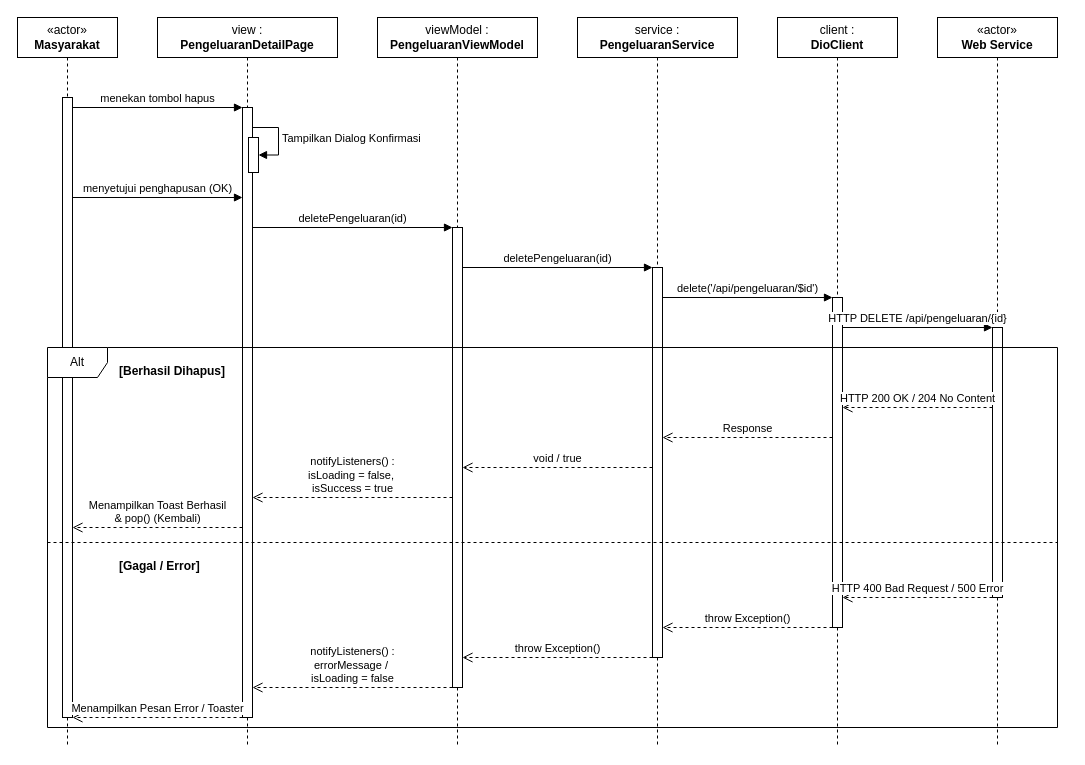
This is docs/UML/sequence_diagram/adjusted/SKPL-F-013.drawio from randy-ar/snap-notes-docs, a draw.io file, before an edit. Source tidied: cells renumbered, new cells numbered last; positions are measured from the earlier drawing's top-left corner, leaving out a move shared by most shapes. Both pictures are drawn from the tidied source at 100%, with x=0, y=0 at pixel (17, 17).
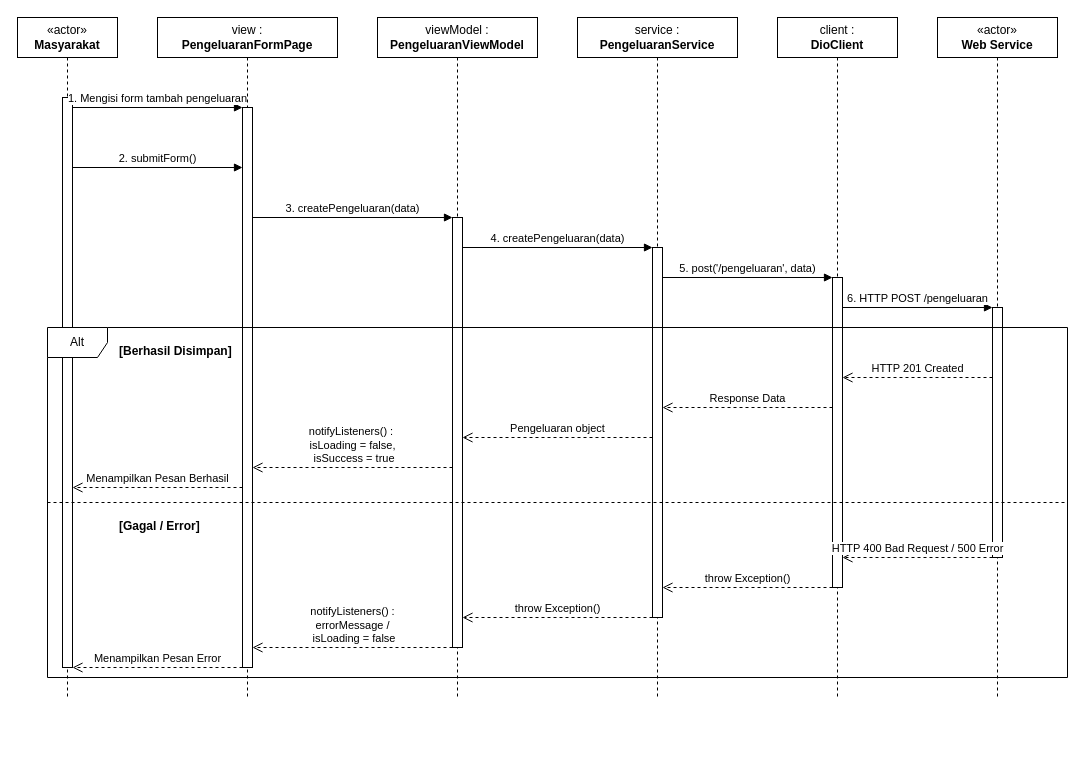
Above is the later version.

What changed in the source:
```diff
@@
     <mxCell id="2" value="«actor»&lt;br&gt;&lt;b&gt;Masyarakat&lt;/b&gt;" style="shape=umlLifeline;perimeter=lifelinePerimeter;whiteSpace=wrap;html=1;newEdgeStyle={&quot;curved&quot;:0,&quot;rounded&quot;:0};" parent="1" vertex="1">
-      <mxGeometry width="100" height="730" as="geometry" />
+      <mxGeometry width="100" height="680" as="geometry" />
     </mxCell>
     <mxCell id="3" style="html=1;perimeter=orthogonalPerimeter;targetShapes=umlLifeline;newEdgeStyle={&quot;curved&quot;:0,&quot;rounded&quot;:0};" parent="2" vertex="1">
-      <mxGeometry x="45" y="80" width="10" height="620" as="geometry" />
+      <mxGeometry x="45" y="80" width="10" height="570" as="geometry" />
     </mxCell>
-    <mxCell id="4" value="view :&lt;br&gt;&lt;b&gt;PengeluaranDetailPage&lt;/b&gt;" style="shape=umlLifeline;perimeter=lifelinePerimeter;whiteSpace=wrap;html=1;newEdgeStyle={&quot;curved&quot;:0,&quot;rounded&quot;:0};" parent="1" vertex="1">
-      <mxGeometry x="140" width="180" height="730" as="geometry" />
-    </mxCell>
-    <mxCell id="5" style="html=1;perimeter=orthogonalPerimeter;targetShapes=umlLifeline;newEdgeStyle={&quot;curved&quot;:0,&quot;rounded&quot;:0};" parent="4" vertex="1">
-      <mxGeometry x="85" y="90" width="10" height="610" as="geometry" />
-    </mxCell>
-    <mxCell id="6" style="html=1;perimeter=orthogonalPerimeter;targetShapes=umlLifeline;newEdgeStyle={&quot;curved&quot;:0,&quot;rounded&quot;:0};" parent="4" vertex="1">
-      <mxGeometry x="91" y="120" width="10" height="35" as="geometry" />
-    </mxCell>
+    <mxCell id="36" value="view :&lt;br&gt;&lt;b&gt;PengeluaranFormPage&lt;/b&gt;" style="shape=umlLifeline;perimeter=lifelinePerimeter;whiteSpace=wrap;html=1;newEdgeStyle={&quot;curved&quot;:0,&quot;rounded&quot;:0};" parent="1" vertex="1">
+      <mxGeometry x="140" width="180" height="680" as="geometry" />
+    </mxCell>
+    <mxCell id="37" style="html=1;perimeter=orthogonalPerimeter;targetShapes=umlLifeline;newEdgeStyle={&quot;curved&quot;:0,&quot;rounded&quot;:0};" parent="36" vertex="1">
+      <mxGeometry x="85" y="90" width="10" height="560" as="geometry" />
+    </mxCell>
     <mxCell id="7" value="viewModel :&lt;br&gt;&lt;b&gt;PengeluaranViewModel&lt;/b&gt;" style="shape=umlLifeline;perimeter=lifelinePerimeter;whiteSpace=wrap;html=1;newEdgeStyle={&quot;curved&quot;:0,&quot;rounded&quot;:0};" parent="1" vertex="1">
-      <mxGeometry x="360" width="160" height="730" as="geometry" />
+      <mxGeometry x="360" width="160" height="680" as="geometry" />
     </mxCell>
     <mxCell id="8" style="html=1;perimeter=orthogonalPerimeter;targetShapes=umlLifeline;newEdgeStyle={&quot;curved&quot;:0,&quot;rounded&quot;:0};" parent="7" vertex="1">
-      <mxGeometry x="75" y="210" width="10" height="460" as="geometry" />
+      <mxGeometry x="75" y="200" width="10" height="430" as="geometry" />
     </mxCell>
     <mxCell id="9" value="service :&lt;br&gt;&lt;b&gt;PengeluaranService&lt;/b&gt;" style="shape=umlLifeline;perimeter=lifelinePerimeter;whiteSpace=wrap;html=1;newEdgeStyle={&quot;curved&quot;:0,&quot;rounded&quot;:0};" parent="1" vertex="1">
-      <mxGeometry x="560" width="160" height="730" as="geometry" />
+      <mxGeometry x="560" width="160" height="680" as="geometry" />
     </mxCell>
-    <mxCell id="10" value=" " style="html=1;perimeter=orthogonalPerimeter;targetShapes=umlLifeline;newEdgeStyle={&quot;curved&quot;:0,&quot;rounded&quot;:0};" parent="9" vertex="1">
-      <mxGeometry x="75" y="250" width="10" height="390" as="geometry" />
+    <mxCell id="10" style="html=1;perimeter=orthogonalPerimeter;targetShapes=umlLifeline;newEdgeStyle={&quot;curved&quot;:0,&quot;rounded&quot;:0};" parent="9" vertex="1">
+      <mxGeometry x="75" y="230" width="10" height="370" as="geometry" />
     </mxCell>
     <mxCell id="11" value="client :&lt;br&gt;&lt;b&gt;DioClient&lt;/b&gt;" style="shape=umlLifeline;perimeter=lifelinePerimeter;whiteSpace=wrap;html=1;newEdgeStyle={&quot;curved&quot;:0,&quot;rounded&quot;:0};" parent="1" vertex="1">
-      <mxGeometry x="760" width="120" height="730" as="geometry" />
+      <mxGeometry x="760" width="120" height="680" as="geometry" />
     </mxCell>
     <mxCell id="12" style="html=1;perimeter=orthogonalPerimeter;targetShapes=umlLifeline;newEdgeStyle={&quot;curved&quot;:0,&quot;rounded&quot;:0};" parent="11" vertex="1">
-      <mxGeometry x="55" y="280" width="10" height="330" as="geometry" />
+      <mxGeometry x="55" y="260" width="10" height="310" as="geometry" />
     </mxCell>
     <mxCell id="13" value="«actor»&lt;br&gt;&lt;b&gt;Web Service&lt;/b&gt;" style="shape=umlLifeline;perimeter=lifelinePerimeter;whiteSpace=wrap;html=1;newEdgeStyle={&quot;curved&quot;:0,&quot;rounded&quot;:0};" parent="1" vertex="1">
-      <mxGeometry x="920" width="120" height="730" as="geometry" />
+      <mxGeometry x="920" width="120" height="680" as="geometry" />
     </mxCell>
     <mxCell id="14" style="html=1;perimeter=orthogonalPerimeter;targetShapes=umlLifeline;newEdgeStyle={&quot;curved&quot;:0,&quot;rounded&quot;:0};" parent="13" vertex="1">
-      <mxGeometry x="55" y="310" width="10" height="270" as="geometry" />
+      <mxGeometry x="55" y="290" width="10" height="250" as="geometry" />
     </mxCell>
-    <mxCell id="15" value="menekan tombol hapus" style="html=1;verticalAlign=bottom;endArrow=block;curved=0;rounded=0;" parent="1" edge="1">
+    <mxCell id="15" value="1. Mengisi form tambah pengeluaran" style="html=1;verticalAlign=bottom;endArrow=block;curved=0;rounded=0;" parent="1" edge="1">
       <mxGeometry relative="1" as="geometry">
         <mxPoint x="55" y="90" as="sourcePoint" />
         <mxPoint x="225" y="90" as="targetPoint" />
       </mxGeometry>
     </mxCell>
-    <mxCell id="16" value="&lt;span style=&quot;text-align: center;&quot;&gt;Tampilkan Dialog Konfirmasi&lt;/span&gt;" style="html=1;align=left;spacingLeft=2;endArrow=block;rounded=0;edgeStyle=orthogonalEdgeStyle;curved=0;" parent="1" edge="1">
+    <mxCell id="16" value="2. submitForm()" style="html=1;verticalAlign=bottom;endArrow=block;curved=0;rounded=0;" parent="1" edge="1">
       <mxGeometry relative="1" as="geometry">
-        <mxPoint x="235" y="110" as="sourcePoint" />
-        <mxPoint x="241" y="137.5" as="targetPoint" />
-        <Array as="points">
-          <mxPoint x="261" y="110" />
-          <mxPoint x="261" y="137.5" />
-        </Array>
+        <mxPoint x="55" y="150" as="sourcePoint" />
+        <mxPoint x="225" y="150" as="targetPoint" />
       </mxGeometry>
     </mxCell>
-    <mxCell id="17" value="menyetujui penghapusan (OK)" style="html=1;verticalAlign=bottom;endArrow=block;curved=0;rounded=0;" parent="1" edge="1">
+    <mxCell id="17" value="3. createPengeluaran(data)" style="html=1;verticalAlign=bottom;endArrow=block;curved=0;rounded=0;" parent="1" edge="1">
       <mxGeometry relative="1" as="geometry">
-        <mxPoint x="55" y="180" as="sourcePoint" />
-        <mxPoint x="225" y="180" as="targetPoint" />
+        <mxPoint x="235" y="200" as="sourcePoint" />
+        <mxPoint x="435" y="200" as="targetPoint" />
       </mxGeometry>
     </mxCell>
-    <mxCell id="18" value="deletePengeluaran(id)" style="html=1;verticalAlign=bottom;endArrow=block;curved=0;rounded=0;" parent="1" edge="1">
-      <mxGeometry relative="1" as="geometry">
-        <mxPoint x="235" y="210" as="sourcePoint" />
-        <mxPoint x="435" y="210" as="targetPoint" />
-      </mxGeometry>
-    </mxCell>
-    <mxCell id="19" value="deletePengeluaran(id)" style="html=1;verticalAlign=bottom;endArrow=block;curved=0;rounded=0;" parent="1" edge="1">
+    <mxCell id="19" value="4. createPengeluaran(data)" style="html=1;verticalAlign=bottom;endArrow=block;curved=0;rounded=0;" parent="1" edge="1">
       <mxGeometry relative="1" as="geometry">
-        <mxPoint x="445" y="250" as="sourcePoint" />
-        <mxPoint x="635" y="250" as="targetPoint" />
+        <mxPoint x="445" y="230" as="sourcePoint" />
+        <mxPoint x="635" y="230" as="targetPoint" />
       </mxGeometry>
     </mxCell>
-    <mxCell id="20" value="delete('/api/pengeluaran/$id')" style="html=1;verticalAlign=bottom;endArrow=block;curved=0;rounded=0;" parent="1" edge="1">
+    <mxCell id="20" value="5. post('/pengeluaran', data)" style="html=1;verticalAlign=bottom;endArrow=block;curved=0;rounded=0;" parent="1" edge="1">
       <mxGeometry relative="1" as="geometry">
-        <mxPoint x="645" y="280" as="sourcePoint" />
-        <mxPoint x="815" y="280" as="targetPoint" />
+        <mxPoint x="645" y="260" as="sourcePoint" />
+        <mxPoint x="815" y="260" as="targetPoint" />
       </mxGeometry>
     </mxCell>
-    <mxCell id="21" value="HTTP DELETE /api/pengeluaran/{id}" style="html=1;verticalAlign=bottom;endArrow=block;curved=0;rounded=0;" parent="1" edge="1">
+    <mxCell id="21" value="6. HTTP POST /pengeluaran" style="html=1;verticalAlign=bottom;endArrow=block;curved=0;rounded=0;" parent="1" edge="1">
       <mxGeometry relative="1" as="geometry">
-        <mxPoint x="825" y="310" as="sourcePoint" />
-        <mxPoint x="975" y="310" as="targetPoint" />
+        <mxPoint x="825" y="290" as="sourcePoint" />
+        <mxPoint x="975" y="290" as="targetPoint" />
       </mxGeometry>
     </mxCell>
     <mxCell id="22" value="Alt" style="shape=umlFrame;whiteSpace=wrap;html=1;width=60;height=30;" parent="1" vertex="1">
-      <mxGeometry x="30" y="330" width="1010" height="380" as="geometry" />
+      <mxGeometry x="30" y="310" width="1020" height="350" as="geometry" />
     </mxCell>
-    <mxCell id="23" value="&lt;b&gt;[Berhasil Dihapus]&lt;/b&gt;" style="text;html=1;" parent="22" vertex="1">
+    <mxCell id="23" value="&lt;b&gt;[Berhasil Disimpan]&lt;/b&gt;" style="text;html=1;" parent="22" vertex="1">
       <mxGeometry width="140" height="20" relative="1" as="geometry">
         <mxPoint x="70" y="10" as="offset" />
       </mxGeometry>
     </mxCell>
-    <mxCell id="24" value="HTTP 200 OK / 204 No Content" style="html=1;verticalAlign=bottom;endArrow=open;dashed=1;endSize=8;curved=0;rounded=0;" parent="22" edge="1">
+    <mxCell id="24" value="HTTP 201 Created" style="html=1;verticalAlign=bottom;endArrow=open;dashed=1;endSize=8;curved=0;rounded=0;" parent="22" edge="1">
       <mxGeometry relative="1" as="geometry">
-        <mxPoint x="945" y="60" as="sourcePoint" />
-        <mxPoint x="795" y="60" as="targetPoint" />
+        <mxPoint x="945" y="50" as="sourcePoint" />
+        <mxPoint x="795" y="50" as="targetPoint" />
       </mxGeometry>
     </mxCell>
-    <mxCell id="25" value="Response" style="html=1;verticalAlign=bottom;endArrow=open;dashed=1;endSize=8;curved=0;rounded=0;" parent="22" edge="1">
+    <mxCell id="25" value="Response Data" style="html=1;verticalAlign=bottom;endArrow=open;dashed=1;endSize=8;curved=0;rounded=0;" parent="22" edge="1">
       <mxGeometry relative="1" as="geometry">
-        <mxPoint x="785" y="90" as="sourcePoint" />
-        <mxPoint x="615" y="90" as="targetPoint" />
+        <mxPoint x="785" y="80" as="sourcePoint" />
+        <mxPoint x="615" y="80" as="targetPoint" />
       </mxGeometry>
     </mxCell>
-    <mxCell id="26" value="void / true" style="html=1;verticalAlign=bottom;endArrow=open;dashed=1;endSize=8;curved=0;rounded=0;" parent="22" edge="1">
+    <mxCell id="26" value="Pengeluaran object" style="html=1;verticalAlign=bottom;endArrow=open;dashed=1;endSize=8;curved=0;rounded=0;" parent="22" edge="1">
       <mxGeometry relative="1" as="geometry">
-        <mxPoint x="605" y="120" as="sourcePoint" />
-        <mxPoint x="415" y="120" as="targetPoint" />
+        <mxPoint x="605" y="110" as="sourcePoint" />
+        <mxPoint x="415" y="110" as="targetPoint" />
       </mxGeometry>
     </mxCell>
-    <mxCell id="27" value="notifyListeners() : &lt;br&gt;isLoading = false,&amp;nbsp;&lt;div&gt;isSuccess = true&lt;/div&gt;" style="html=1;verticalAlign=bottom;endArrow=open;dashed=1;endSize=8;curved=0;rounded=0;" parent="22" edge="1">
+    <mxCell id="27" value="notifyListeners() :&amp;nbsp;&lt;div&gt;isLoading = false,&lt;/div&gt;&lt;div&gt;&amp;nbsp;isSuccess = true&lt;/div&gt;" style="html=1;verticalAlign=bottom;endArrow=open;dashed=1;endSize=8;curved=0;rounded=0;" parent="22" edge="1">
       <mxGeometry relative="1" as="geometry">
-        <mxPoint x="405" y="150" as="sourcePoint" />
-        <mxPoint x="205" y="150" as="targetPoint" />
+        <mxPoint x="405" y="140" as="sourcePoint" />
+        <mxPoint x="205" y="140" as="targetPoint" />
       </mxGeometry>
     </mxCell>
     <mxCell id="28" style="line;strokeWidth=1;dashed=1;labelPosition=center;verticalLabelPosition=bottom;align=left;verticalAlign=top;spacingLeft=20;spacingTop=15;html=1;whiteSpace=wrap;" parent="22" vertex="1">
-      <mxGeometry y="190" width="1010" height="10" as="geometry" />
+      <mxGeometry y="170" width="1020" height="10" as="geometry" />
     </mxCell>
     <mxCell id="29" value="&lt;b&gt;[Gagal / Error]&lt;/b&gt;" style="text;html=1;" parent="22" vertex="1">
-      <mxGeometry x="70" y="205" width="220" height="20" as="geometry" />
+      <mxGeometry x="70" y="185" width="220" height="20" as="geometry" />
     </mxCell>
     <mxCell id="30" value="HTTP 400 Bad Request / 500 Error" style="html=1;verticalAlign=bottom;endArrow=open;dashed=1;endSize=8;curved=0;rounded=0;" parent="22" edge="1">
       <mxGeometry relative="1" as="geometry">
-        <mxPoint x="945" y="250" as="sourcePoint" />
-        <mxPoint x="795" y="250" as="targetPoint" />
+        <mxPoint x="945" y="230" as="sourcePoint" />
+        <mxPoint x="795" y="230" as="targetPoint" />
       </mxGeometry>
     </mxCell>
     <mxCell id="31" value="throw Exception()" style="html=1;verticalAlign=bottom;endArrow=open;dashed=1;endSize=8;curved=0;rounded=0;" parent="22" edge="1">
       <mxGeometry relative="1" as="geometry">
-        <mxPoint x="785" y="280" as="sourcePoint" />
-        <mxPoint x="615" y="280" as="targetPoint" />
+        <mxPoint x="785" y="260" as="sourcePoint" />
+        <mxPoint x="615" y="260" as="targetPoint" />
       </mxGeometry>
     </mxCell>
     <mxCell id="32" value="throw Exception()" style="html=1;verticalAlign=bottom;endArrow=open;dashed=1;endSize=8;curved=0;rounded=0;" parent="22" edge="1">
       <mxGeometry relative="1" as="geometry">
-        <mxPoint x="605" y="310" as="sourcePoint" />
-        <mxPoint x="415" y="310" as="targetPoint" />
+        <mxPoint x="605" y="290" as="sourcePoint" />
+        <mxPoint x="415" y="290" as="targetPoint" />
       </mxGeometry>
     </mxCell>
-    <mxCell id="33" value="notifyListeners() : &lt;br&gt;errorMessage /&amp;nbsp;&lt;div&gt;isLoading = false&lt;/div&gt;" style="html=1;verticalAlign=bottom;endArrow=open;dashed=1;endSize=8;curved=0;rounded=0;" parent="22" edge="1">
+    <mxCell id="33" value="notifyListeners() : &lt;br&gt;errorMessage /&lt;div&gt;&amp;nbsp;isLoading = false&lt;/div&gt;" style="html=1;verticalAlign=bottom;endArrow=open;dashed=1;endSize=8;curved=0;rounded=0;" parent="22" edge="1">
       <mxGeometry relative="1" as="geometry">
-        <mxPoint x="405" y="340" as="sourcePoint" />
-        <mxPoint x="205" y="340" as="targetPoint" />
+        <mxPoint x="405" y="320" as="sourcePoint" />
+        <mxPoint x="205" y="320" as="targetPoint" />
       </mxGeometry>
     </mxCell>
-    <mxCell id="34" value="Menampilkan Toast Berhasil&lt;br&gt;&amp;amp; pop() (Kembali)" style="html=1;verticalAlign=bottom;endArrow=open;dashed=1;endSize=8;curved=0;rounded=0;" parent="1" edge="1">
-      <mxGeometry relative="1" as="geometry">
-        <mxPoint x="225" y="510" as="sourcePoint" />
-        <mxPoint x="55" y="510" as="targetPoint" />
-      </mxGeometry>
-    </mxCell>
-    <mxCell id="35" value="Menampilkan Pesan Error / Toaster" style="html=1;verticalAlign=bottom;endArrow=open;dashed=1;endSize=8;curved=0;rounded=0;" parent="1" edge="1">
-      <mxGeometry relative="1" as="geometry">
-        <mxPoint x="225" y="700" as="sourcePoint" />
-        <mxPoint x="55" y="700" as="targetPoint" />
-      </mxGeometry>
-    </mxCell>
+    <mxCell id="38" value="&lt;div&gt;Menampilkan Pesan Berhasil&lt;/div&gt;" style="html=1;verticalAlign=bottom;endArrow=open;dashed=1;endSize=8;curved=0;rounded=0;" parent="1" edge="1">
+      <mxGeometry relative="1" as="geometry">
+        <mxPoint x="225" y="470" as="sourcePoint" />
+        <mxPoint x="55" y="470" as="targetPoint" />
+      </mxGeometry>
+    </mxCell>
+    <mxCell id="39" value="Menampilkan Pesan Error" style="html=1;verticalAlign=bottom;endArrow=open;dashed=1;endSize=8;curved=0;rounded=0;" parent="1" edge="1">
+      <mxGeometry relative="1" as="geometry">
+        <mxPoint x="225" y="650" as="sourcePoint" />
+        <mxPoint x="55" y="650" as="targetPoint" />
+      </mxGeometry>
+    </mxCell>
```
